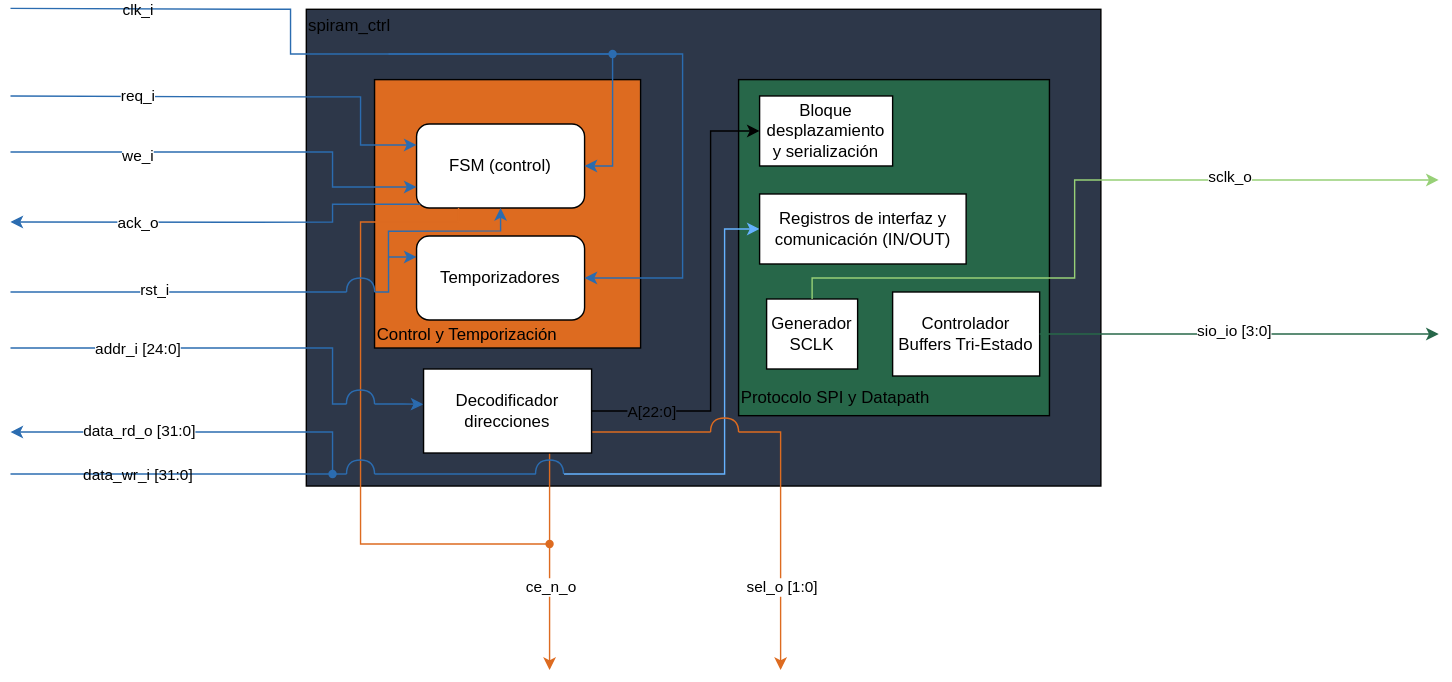
The draw.io diagram Images/Expanded_Box.svg in KUBIX2026/SPI_RAM, before a commit. Source tidied: cells renumbered, new cells last; positions are measured from the earlier drawing's top-left corner, leaving out a move shared by most shapes.
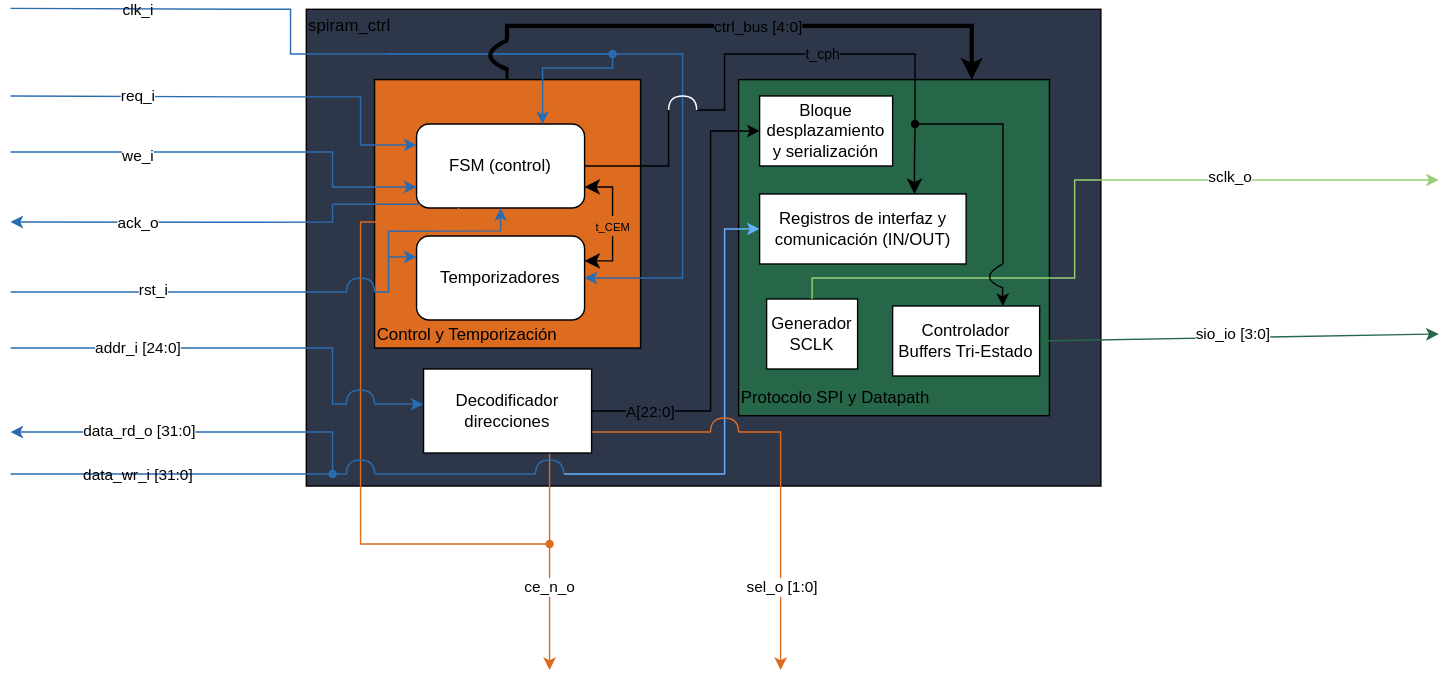
After the commit.

Diff of the diagram source:
```diff
@@ -35,12 +35,37 @@
         <mxPoint x="52.4" y="409.7" as="targetPoint" />
       </mxGeometry>
     </mxCell>
+    <mxCell id="58" style="edgeStyle=orthogonalEdgeStyle;rounded=0;jettySize=auto;html=1;entryX=0.75;entryY=0;entryDx=0;entryDy=0;defaultLabelBackgroundColor=page;strokeWidth=3;" parent="1" edge="1" target="9">
+      <mxGeometry x="-0.01" relative="1" as="geometry">
+        <mxPoint x="354.6" y="23.2" as="sourcePoint" />
+        <Array as="points">
+          <mxPoint x="354.6" y="13" />
+          <mxPoint x="686.5" y="13" />
+        </Array>
+      </mxGeometry>
+    </mxCell>
+    <mxCell id="59" value="ctrl_bus [4:0]" style="edgeLabel;html=1;align=center;verticalAlign=middle;inheritText=1;defaultLabelBackgroundColor=page;" parent="58" vertex="1">
+      <mxGeometry x="-0.01" relative="1" as="geometry" />
+    </mxCell>
+    <mxCell id="60" style="edgeStyle=orthogonalEdgeStyle;rounded=0;jettySize=auto;html=1;exitX=0.5;exitY=0;exitDx=0;exitDy=0;defaultLabelBackgroundColor=page;endArrow=none;endFill=0;strokeWidth=2;" parent="1" edge="1" source="8">
+      <mxGeometry relative="1" as="geometry">
+        <mxPoint x="355.1" y="43.2" as="targetPoint" />
+        <Array as="points">
+          <mxPoint x="355" y="43" />
+        </Array>
+      </mxGeometry>
+    </mxCell>
     <mxCell id="8" value="&lt;div&gt;&lt;br&gt;&lt;/div&gt;&lt;div&gt;&lt;br&gt;&lt;/div&gt;&lt;div&gt;&lt;br&gt;&lt;/div&gt;&lt;div&gt;&lt;br&gt;&lt;/div&gt;&lt;div&gt;&lt;br&gt;&lt;/div&gt;&lt;div&gt;&lt;br&gt;&lt;/div&gt;&lt;div&gt;&lt;br&gt;&lt;/div&gt;&lt;div&gt;&lt;span style=&quot;background-color: transparent; color: light-dark(#000000, var(--ge-light-color, #ffffff));&quot;&gt;&lt;br&gt;&lt;/span&gt;&lt;/div&gt;&lt;div&gt;&lt;span style=&quot;background-color: transparent; color: light-dark(#000000, var(--ge-light-color, #ffffff));&quot;&gt;&lt;br&gt;&lt;/span&gt;&lt;/div&gt;&lt;div&gt;&lt;span style=&quot;background-color: transparent; color: light-dark(#000000, var(--ge-light-color, #ffffff));&quot;&gt;&lt;br&gt;&lt;/span&gt;&lt;/div&gt;&lt;div&gt;&lt;span style=&quot;background-color: transparent; color: light-dark(#000000, var(--ge-light-color, #ffffff));&quot;&gt;&lt;br&gt;&lt;/span&gt;&lt;/div&gt;&lt;div&gt;&lt;span style=&quot;background-color: transparent; color: light-dark(#000000, var(--ge-light-color, #ffffff));&quot;&gt;&lt;br&gt;&lt;/span&gt;&lt;/div&gt;&lt;div&gt;&lt;span style=&quot;background-color: transparent; color: light-dark(#000000, var(--ge-light-color, #ffffff));&quot;&gt;Control y Temporización&lt;/span&gt;&lt;/div&gt;" style="rounded=0;whiteSpace=wrap;html=1;align=left;fillColor=light-dark(#DD6B20,#DD6B20);" parent="1" vertex="1">
       <mxGeometry x="260" y="51.3" width="190" height="191.7" as="geometry" />
     </mxCell>
     <mxCell id="9" value="&lt;div&gt;&lt;br&gt;&lt;/div&gt;&lt;div&gt;&lt;br&gt;&lt;/div&gt;&lt;div&gt;&lt;br&gt;&lt;/div&gt;&lt;div&gt;&lt;br&gt;&lt;/div&gt;&lt;div&gt;&lt;br&gt;&lt;/div&gt;&lt;div&gt;&lt;br&gt;&lt;/div&gt;&lt;div&gt;&lt;br&gt;&lt;/div&gt;&lt;div&gt;&lt;br&gt;&lt;/div&gt;&lt;div&gt;&lt;br&gt;&lt;/div&gt;&lt;div&gt;&lt;br&gt;&lt;/div&gt;&lt;div&gt;&lt;br&gt;&lt;/div&gt;&lt;div&gt;&lt;br&gt;&lt;/div&gt;&lt;div&gt;&lt;br&gt;&lt;/div&gt;&lt;div&gt;&lt;br&gt;&lt;/div&gt;&lt;div&gt;&lt;br&gt;&lt;/div&gt;Protocolo SPI y Datapath" style="rounded=0;whiteSpace=wrap;html=1;align=left;fillColor=light-dark(#276749,#276749);" parent="1" vertex="1">
       <mxGeometry x="520" y="51.3" width="222" height="240" as="geometry" />
     </mxCell>
+    <mxCell id="61" style="edgeStyle=orthogonalEdgeStyle;rounded=0;jettySize=auto;html=1;fontSize=12;defaultLabelBackgroundColor=page;startSize=8;endSize=8;endArrow=none;endFill=0;" parent="1" edge="1" source="10">
+      <mxGeometry relative="1" as="geometry">
+        <mxPoint x="470" y="73" as="targetPoint" />
+      </mxGeometry>
+    </mxCell>
     <mxCell id="10" value="FSM (control)" style="rounded=1;whiteSpace=wrap;html=1;roundedPerimeter=1;" parent="1" vertex="1">
       <mxGeometry x="290" y="83" width="120" height="60" as="geometry" />
     </mxCell>
@@ -64,14 +89,40 @@
         </Array>
       </mxGeometry>
     </mxCell>
+    <mxCell id="62" style="edgeStyle=orthogonalEdgeStyle;rounded=0;jettySize=auto;html=1;exitDx=0;exitDy=0;fontSize=12;defaultLabelBackgroundColor=page;startSize=8;endSize=8;endArrow=none;endFill=0;" parent="1" edge="1" source="70">
+      <mxGeometry relative="1" as="geometry">
+        <mxPoint x="490" y="73" as="targetPoint" />
+        <Array as="points">
+          <mxPoint x="645.6" y="33" />
+          <mxPoint x="510" y="33" />
+          <mxPoint x="510" y="73" />
+        </Array>
+      </mxGeometry>
+    </mxCell>
+    <mxCell id="63" value="&lt;font size=&quot;1&quot;&gt;t_cph&lt;/font&gt;" style="edgeLabel;html=1;align=center;verticalAlign=middle;inheritText=1;fontSize=12;defaultLabelBackgroundColor=page;" parent="62" vertex="1">
+      <mxGeometry x="-0.05" y="-1" relative="1" as="geometry" />
+    </mxCell>
     <mxCell id="15" value="Registros de interfaz y comunicación (IN/OUT)" style="rounded=0;whiteSpace=wrap;html=1;" parent="1" vertex="1">
       <mxGeometry x="535" y="133" width="147.5" height="50" as="geometry" />
     </mxCell>
     <mxCell id="16" value="Generador SCLK" style="rounded=0;whiteSpace=wrap;html=1;" parent="1" vertex="1">
       <mxGeometry x="540" y="208" width="65" height="50" as="geometry" />
     </mxCell>
+    <mxCell id="64" style="edgeStyle=orthogonalEdgeStyle;rounded=0;jettySize=auto;html=1;fontSize=12;defaultLabelBackgroundColor=page;startSize=8;endSize=8;endArrow=none;endFill=0;" parent="1" edge="1" target="70">
+      <mxGeometry x="-0.15" relative="1" as="geometry">
+        <mxPoint x="708.8" y="183" as="sourcePoint" />
+        <Array as="points">
+          <mxPoint x="708.8" y="83" />
+        </Array>
+      </mxGeometry>
+    </mxCell>
+    <mxCell id="65" style="edgeStyle=orthogonalEdgeStyle;rounded=0;jettySize=auto;html=1;exitX=0.75;exitY=0;exitDx=0;exitDy=0;defaultLabelBackgroundColor=page;endArrow=none;endFill=0;startArrow=classic;startFill=1;" parent="1" edge="1" source="17">
+      <mxGeometry relative="1" as="geometry">
+        <mxPoint x="708.5" y="199.5" as="targetPoint" />
+      </mxGeometry>
+    </mxCell>
     <mxCell id="17" value="Controlador Buffers Tri-Estado" style="rounded=0;whiteSpace=wrap;html=1;" parent="1" vertex="1">
-      <mxGeometry x="630" y="203" width="105" height="60" as="geometry" />
+      <mxGeometry x="630" y="213" width="105" height="50" as="geometry" />
     </mxCell>
     <mxCell id="18" style="edgeStyle=none;rounded=0;jettySize=auto;html=1;exitDx=0;exitDy=0;defaultLabelBackgroundColor=page;strokeColor=light-dark(#2B6CB0,#2B6CB0);endArrow=none;endFill=0;startArrow=none;startFill=0;" parent="1" edge="1" source="22">
       <mxGeometry x="-0.72" relative="1" as="geometry">
@@ -99,11 +150,12 @@
         <mxPoint x="-392" y="-110" as="offset" />
       </mxGeometry>
     </mxCell>
-    <mxCell id="21" style="edgeStyle=none;rounded=0;jettySize=auto;html=1;entryX=1;entryY=0.5;entryDx=0;entryDy=0;defaultLabelBackgroundColor=page;strokeColor=light-dark(#2B6CB0,#2B6CB0);exitX=0.548;exitY=0.584;exitDx=0;exitDy=0;exitPerimeter=0;" parent="1" edge="1" source="22" target="10">
-      <mxGeometry x="0.01" relative="1" as="geometry">
+    <mxCell id="21" style="edgeStyle=none;rounded=0;jettySize=auto;html=1;entryX=0.75;entryY=0;entryDx=0;entryDy=0;defaultLabelBackgroundColor=page;strokeColor=light-dark(#2B6CB0,#2B6CB0);exitX=0.548;exitY=0.584;exitDx=0;exitDy=0;exitPerimeter=0;" parent="1" edge="1" source="22" target="10">
+      <mxGeometry x="0.3" relative="1" as="geometry">
         <Array as="points">
-          <mxPoint x="430" y="73" />
-          <mxPoint x="430" y="113" />
+          <mxPoint x="430" y="43" />
+          <mxPoint x="380" y="43" />
+          <mxPoint x="380" y="63" />
         </Array>
       </mxGeometry>
     </mxCell>
@@ -308,7 +360,7 @@
         <mxPoint x="1020" y="123" as="targetPoint" />
         <Array as="points">
           <mxPoint x="572.5" y="193" />
-          <mxPoint x="690" y="193" />
+          <mxPoint x="660" y="193" />
           <mxPoint x="760" y="193" />
           <mxPoint x="760" y="123" />
           <mxPoint x="900" y="123" />
@@ -351,5 +403,50 @@
         </Array>
       </mxGeometry>
     </mxCell>
+    <mxCell id="66" style="endArrow=classic;startArrow=classic;html=1;rounded=0;fontSize=12;defaultLabelBackgroundColor=page;startSize=8;endSize=8;entryX=1;entryY=0.75;entryDx=0;entryDy=0;exitX=1.006;exitY=0.294;exitDx=0;exitDy=0;edgeStyle=orthogonalEdgeStyle;" parent="1" edge="1" source="12" target="10">
+      <mxGeometry x="0.02" relative="1" as="geometry">
+        <Array as="points">
+          <mxPoint x="430" y="180.8" />
+          <mxPoint x="430" y="128" />
+        </Array>
+      </mxGeometry>
+    </mxCell>
+    <mxCell id="67" value="&lt;font style=&quot;font-size: 8px;&quot;&gt;t_CEM&lt;/font&gt;" style="edgeLabel;html=1;align=center;verticalAlign=middle;inheritText=1;fontSize=12;defaultLabelBackgroundColor=page;" parent="66" vertex="1">
+      <mxGeometry x="-0.02" relative="1" as="geometry" />
+    </mxCell>
+    <mxCell id="68" style="curved=1;curveGeometry=1;endArrow=none;html=1;rounded=0;defaultLabelBackgroundColor=page;endFill=0;strokeColor=light-dark(#FFFFFF,#FFFFFF);" parent="1" edge="1">
+      <mxGeometry x="-0.02" relative="1" as="geometry">
+        <mxPoint x="470.1" y="73" as="sourcePoint" />
+        <mxPoint x="490.1" y="73.1" as="targetPoint" />
+        <Array as="points">
+          <mxPoint x="470" y="63" />
+          <mxPoint x="490" y="63" />
+        </Array>
+      </mxGeometry>
+    </mxCell>
+    <mxCell id="69" style="edgeStyle=orthogonalEdgeStyle;rounded=0;jettySize=auto;html=1;exitX=0.75;exitY=0;exitDx=0;exitDy=0;fontSize=12;defaultLabelBackgroundColor=page;startSize=8;endSize=8;endArrow=none;endFill=0;startArrow=classic;startFill=1;" parent="1" edge="1" source="15" target="70">
+      <mxGeometry x="-0.01" relative="1" as="geometry" />
+    </mxCell>
+    <mxCell id="70" style="shape=waypoint;sketch=0;fillStyle=solid;size=6;points=[];fillColor=none;perimeter=centerPerimeter;snapToPoint=1;" parent="1" vertex="1">
+      <mxGeometry x="636" y="73" width="20" height="20" as="geometry" />
+    </mxCell>
+    <mxCell id="71" style="curved=1;curveGeometry=1;endArrow=none;html=1;rounded=0;defaultLabelBackgroundColor=page;endFill=0;" parent="1" edge="1">
+      <mxGeometry x="-0.24" relative="1" as="geometry">
+        <mxPoint x="708.8" y="183" as="sourcePoint" />
+        <mxPoint x="708.4" y="199.8" as="targetPoint" />
+        <Array as="points">
+          <mxPoint x="690" y="193" />
+        </Array>
+      </mxGeometry>
+    </mxCell>
+    <mxCell id="72" style="curved=1;curveGeometry=1;endArrow=none;html=1;rounded=0;defaultLabelBackgroundColor=page;endFill=0;strokeWidth=3;" parent="1" edge="1">
+      <mxGeometry x="-0.24" relative="1" as="geometry">
+        <mxPoint x="355.3" y="23" as="sourcePoint" />
+        <mxPoint x="355.6" y="44.4" as="targetPoint" />
+        <Array as="points">
+          <mxPoint x="330" y="34.6" />
+        </Array>
+      </mxGeometry>
+    </mxCell>
   </root>
 </mxGraphModel>
```
